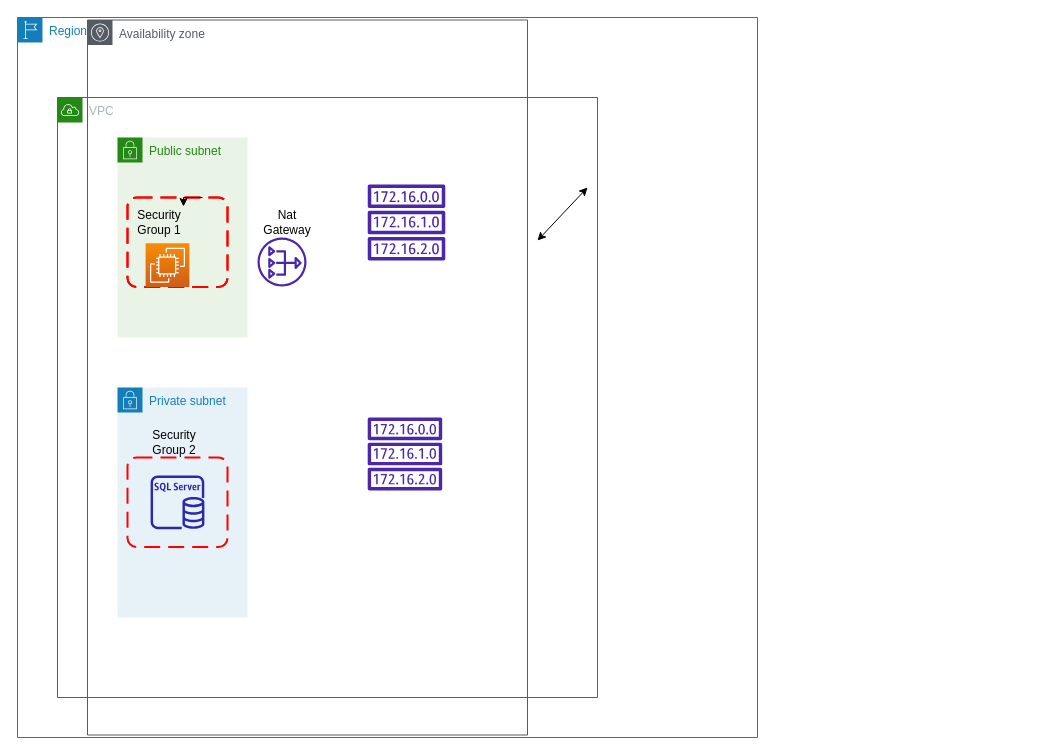
Schull-io/Cloud_DevOps_C4 keeps this draw.io diagram as Dannie.drawio. Above is the earlier version. Source tidied: cells renumbered, new cells numbered last; positions are measured from the earlier drawing's top-left corner, leaving out a move shared by most shapes. Both pictures are drawn from the tidied source at 100%, with x=0, y=0 at pixel (17, 17).
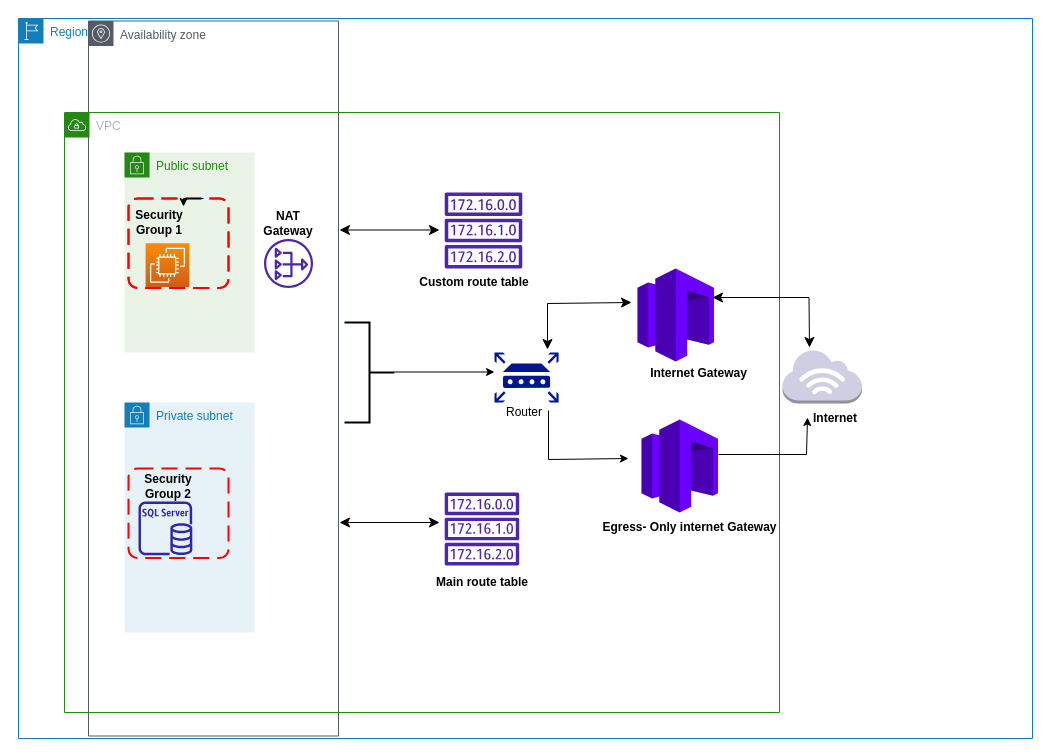
After the change.

Unchanged cells that the change refers to:
```xml
<mxCell id="6" value="Private subnet" style="gradientColor=none;html=1;whiteSpace=wrap;fontSize=12;fontStyle=0;shape=mxgraph.aws4.group;grIcon=mxgraph.aws4.group_security_group;grStroke=0;strokeColor=#147EBA;fillColor=#E6F2F8;verticalAlign=top;align=left;spacingLeft=30;fontColor=#147EBA;dashed=0;" parent="4" vertex="1">
  <mxGeometry x="60" y="290" width="130" height="230" as="geometry" />
</mxCell>
```

The edit, as a diff of the source:
```diff
@@
     <mxCell id="2" value="Region" style="gradientColor=none;html=1;whiteSpace=wrap;fontSize=12;fontStyle=0;shape=mxgraph.aws4.group;grIcon=mxgraph.aws4.group_region;strokeColor=#147EBA;fillColor=none;verticalAlign=top;align=left;spacingLeft=30;fontColor=#147EBA;" parent="1" vertex="1">
-      <mxGeometry width="740" height="720" as="geometry" />
+      <mxGeometry x="1" y="1" width="1014" height="720" as="geometry" />
     </mxCell>
     <mxCell id="3" value="Availability zone" style="sketch=0;gradientColor=none;html=1;whiteSpace=wrap;fontSize=12;fontStyle=0;shape=mxgraph.aws4.group;grIcon=mxgraph.aws4.group_availability_zone;strokeColor=#545B64;fillColor=none;verticalAlign=top;align=left;spacingLeft=30;fontColor=#545B64;" parent="2" vertex="1">
-      <mxGeometry x="70" y="2.5" width="440" height="715" as="geometry" />
+      <mxGeometry x="70" y="2.5" width="250" height="715" as="geometry" />
     </mxCell>
     <mxCell id="4" value="VPC" style="gradientColor=none;html=1;whiteSpace=wrap;fontSize=12;fontStyle=0;shape=mxgraph.aws4.group;grIcon=mxgraph.aws4.group_vpc;strokeColor=#248814;fillColor=none;verticalAlign=top;align=left;spacingLeft=30;fontColor=#AAB7B8;dashed=0;" parent="2" vertex="1">
-      <mxGeometry x="40" y="80" width="540" height="600" as="geometry" />
+      <mxGeometry x="46" y="94" width="715" height="600" as="geometry" />
     </mxCell>
@@
-    <mxCell id="7" value="Security Group 2" style="text;html=1;strokeColor=none;fillColor=none;align=center;verticalAlign=middle;whiteSpace=wrap;rounded=0;" parent="6" vertex="1">
-      <mxGeometry x="26.9" y="40" width="60" height="30" as="geometry" />
-    </mxCell>
-    <mxCell id="8" style="sketch=0;fontColor=#232F3E;gradientColor=none;fillColor=#4D27AA;strokeColor=none;dashed=0;verticalLabelPosition=bottom;verticalAlign=top;align=center;html=1;fontSize=12;fontStyle=0;shape=mxgraph.aws4.nat_gateway;" parent="4" vertex="1">
-      <mxGeometry x="200" y="140" width="49" height="49" as="geometry" />
-    </mxCell>
-    <mxCell id="9" style="endArrow=classic;startArrow=classic;html=1;rounded=0;" parent="4" edge="1">
-      <mxGeometry relative="1" as="geometry">
-        <mxPoint x="530" y="90" as="sourcePoint" />
-        <mxPoint x="480" y="143" as="targetPoint" />
-      </mxGeometry>
-    </mxCell>
+    <mxCell id="20" style="edgeStyle=none;orthogonalLoop=1;jettySize=auto;html=1;endArrow=classic;startArrow=classic;endSize=8;startSize=8;rounded=0;" parent="4" edge="1">
+      <mxGeometry relative="1" as="geometry">
+        <mxPoint x="275" y="117.5" as="sourcePoint" />
+        <mxPoint x="375" y="117.5" as="targetPoint" />
+      </mxGeometry>
+    </mxCell>
+    <mxCell id="21" style="edgeStyle=none;orthogonalLoop=1;jettySize=auto;html=1;endArrow=classic;startArrow=classic;endSize=8;startSize=8;rounded=0;" parent="4" edge="1">
+      <mxGeometry relative="1" as="geometry">
+        <mxPoint x="275" y="410" as="sourcePoint" />
+        <mxPoint x="375" y="410" as="targetPoint" />
+        <Array as="points">
+          <mxPoint x="285" y="410" />
+        </Array>
+      </mxGeometry>
+    </mxCell>
+    <mxCell id="14" style="sketch=0;fontColor=#232F3E;gradientColor=none;fillColor=#4D27AA;strokeColor=none;dashed=0;verticalLabelPosition=bottom;verticalAlign=top;align=center;html=1;fontSize=12;fontStyle=0;shape=mxgraph.aws4.route_table;" parent="4" vertex="1">
+      <mxGeometry x="380" y="80" width="78" height="76" as="geometry" />
+    </mxCell>
+    <mxCell id="15" style="sketch=0;fontColor=#232F3E;gradientColor=none;fillColor=#4D27AA;strokeColor=none;dashed=0;verticalLabelPosition=bottom;verticalAlign=top;align=center;html=1;fontSize=12;fontStyle=0;shape=mxgraph.aws4.route_table;" parent="4" vertex="1">
+      <mxGeometry x="380" y="380" width="74.9" height="73" as="geometry" />
+    </mxCell>
+    <mxCell id="22" value="&lt;b&gt;Custom route table&lt;/b&gt;" style="text;html=1;strokeColor=none;fillColor=none;align=center;verticalAlign=middle;whiteSpace=wrap;rounded=0;" parent="4" vertex="1">
+      <mxGeometry x="350" y="160" width="120" height="20" as="geometry" />
+    </mxCell>
+    <mxCell id="23" value="&lt;b&gt;Main route table&lt;/b&gt;" style="text;html=1;strokeColor=none;fillColor=none;align=center;verticalAlign=middle;whiteSpace=wrap;rounded=0;" parent="4" vertex="1">
+      <mxGeometry x="357.5" y="460" width="120" height="20" as="geometry" />
+    </mxCell>
+    <mxCell id="24" style="edgeStyle=none;orthogonalLoop=1;jettySize=auto;html=1;rounded=0;strokeColor=#000000;" parent="4" edge="1">
+      <mxGeometry relative="1" as="geometry">
+        <mxPoint x="330" y="259.5" as="sourcePoint" />
+        <mxPoint x="430" y="259.5" as="targetPoint" />
+      </mxGeometry>
+    </mxCell>
+    <mxCell id="25" style="strokeWidth=2;html=1;shape=mxgraph.flowchart.annotation_2;align=left;labelPosition=right;rotation=-180;" parent="4" vertex="1">
+      <mxGeometry x="280" y="210" width="50" height="100" as="geometry" />
+    </mxCell>
+    <mxCell id="26" style="sketch=0;shadow=0;dashed=0;html=1;strokeColor=none;labelPosition=center;verticalLabelPosition=bottom;verticalAlign=top;align=center;fillColor=#00188D;shape=mxgraph.mscae.enterprise.router;" parent="4" vertex="1">
+      <mxGeometry x="430" y="240" width="64.1" height="50" as="geometry" />
+    </mxCell>
+    <mxCell id="27" value="Router" style="text;html=1;strokeColor=none;fillColor=none;align=center;verticalAlign=middle;whiteSpace=wrap;rounded=0;" parent="4" vertex="1">
+      <mxGeometry x="430" y="290" width="60" height="20" as="geometry" />
+    </mxCell>
+    <mxCell id="28" style="edgeStyle=none;orthogonalLoop=1;jettySize=auto;html=1;endArrow=classic;startArrow=classic;endSize=8;startSize=8;rounded=0;" parent="4" edge="1">
+      <mxGeometry relative="1" as="geometry">
+        <mxPoint x="483" y="237" as="sourcePoint" />
+        <mxPoint x="567" y="190" as="targetPoint" />
+        <Array as="points">
+          <mxPoint x="483" y="191" />
+        </Array>
+      </mxGeometry>
+    </mxCell>
+    <mxCell id="29" style="endArrow=classic;html=1;rounded=0;" parent="4" edge="1">
+      <mxGeometry relative="1" as="geometry">
+        <mxPoint x="484" y="298" as="sourcePoint" />
+        <mxPoint x="564" y="346" as="targetPoint" />
+        <Array as="points">
+          <mxPoint x="484" y="347" />
+        </Array>
+      </mxGeometry>
+    </mxCell>
+    <mxCell id="30" value="&lt;b&gt;Egress- Only internet Gateway&lt;/b&gt;" style="text;html=1;align=center;verticalAlign=middle;strokeColor=none;fillColor=none;fontFamily=Helvetica;" parent="4" vertex="1">
+      <mxGeometry x="530" y="400" width="190" height="30" as="geometry" />
+    </mxCell>
+    <mxCell id="31" style="dashed=0;verticalLabelPosition=bottom;verticalAlign=top;align=center;html=1;shape=mxgraph.aws3.storage_gateway;fillColor=#6a00ff;fontColor=#ffffff;strokeColor=#3700CC;" parent="4" vertex="1">
+      <mxGeometry x="573" y="156" width="76.5" height="93" as="geometry" />
+    </mxCell>
+    <mxCell id="32" style="dashed=0;verticalLabelPosition=bottom;verticalAlign=top;align=center;html=1;shape=mxgraph.aws3.storage_gateway;fillColor=#6a00ff;fontColor=#ffffff;strokeColor=#3700CC;" parent="4" vertex="1">
+      <mxGeometry x="577" y="307" width="76.5" height="93" as="geometry" />
+    </mxCell>
+    <mxCell id="33" style="edgeStyle=none;orthogonalLoop=1;jettySize=auto;html=1;endArrow=classic;startArrow=classic;endSize=8;startSize=8;rounded=0;" parent="4" edge="1">
+      <mxGeometry relative="1" as="geometry">
+        <mxPoint x="648" y="185" as="sourcePoint" />
+        <mxPoint x="745" y="235" as="targetPoint" />
+        <Array as="points">
+          <mxPoint x="744.5" y="185" />
+        </Array>
+      </mxGeometry>
+    </mxCell>
@@
     <mxCell id="11" style="rounded=1;arcSize=10;dashed=1;strokeColor=#ff0000;fillColor=none;gradientColor=none;dashPattern=8 4;strokeWidth=2;" parent="2" vertex="1">
-      <mxGeometry x="110" y="440" width="100" height="89.5" as="geometry" />
+      <mxGeometry x="110" y="450" width="100" height="89.5" as="geometry" />
     </mxCell>
     <mxCell id="12" style="sketch=0;fontColor=#232F3E;gradientColor=none;fillColor=#2E27AD;strokeColor=none;dashed=0;verticalLabelPosition=bottom;verticalAlign=top;align=center;html=1;fontSize=12;fontStyle=0;shape=mxgraph.aws4.rds_sql_server_instance;" parent="2" vertex="1">
-      <mxGeometry x="133.1" y="457.9" width="53.8" height="53.8" as="geometry" />
+      <mxGeometry x="120" y="483" width="53.8" height="53.8" as="geometry" />
     </mxCell>
-    <mxCell id="13" value="Nat Gateway" style="text;html=1;strokeColor=none;fillColor=none;align=center;verticalAlign=middle;whiteSpace=wrap;rounded=0;" parent="2" vertex="1">
+    <mxCell id="13" value="&lt;b&gt;NAT Gateway&lt;/b&gt;" style="text;html=1;strokeColor=none;fillColor=none;align=center;verticalAlign=middle;whiteSpace=wrap;rounded=0;" parent="2" vertex="1">
       <mxGeometry x="240" y="190" width="60" height="30" as="geometry" />
     </mxCell>
-    <mxCell id="14" style="sketch=0;fontColor=#232F3E;gradientColor=none;fillColor=#4D27AA;strokeColor=none;dashed=0;verticalLabelPosition=bottom;verticalAlign=top;align=center;html=1;fontSize=12;fontStyle=0;shape=mxgraph.aws4.route_table;" parent="2" vertex="1">
-      <mxGeometry x="350" y="167" width="78" height="76" as="geometry" />
-    </mxCell>
-    <mxCell id="15" style="sketch=0;fontColor=#232F3E;gradientColor=none;fillColor=#4D27AA;strokeColor=none;dashed=0;verticalLabelPosition=bottom;verticalAlign=top;align=center;html=1;fontSize=12;fontStyle=0;shape=mxgraph.aws4.route_table;" parent="2" vertex="1">
-      <mxGeometry x="350" y="400" width="74.9" height="73" as="geometry" />
-    </mxCell>
@@
+    <mxCell id="8" style="sketch=0;fontColor=#232F3E;gradientColor=none;fillColor=#4D27AA;strokeColor=none;dashed=0;verticalLabelPosition=bottom;verticalAlign=top;align=center;html=1;fontSize=12;fontStyle=0;shape=mxgraph.aws4.nat_gateway;" parent="2" vertex="1">
+      <mxGeometry x="245.5" y="220.5" width="49" height="49" as="geometry" />
+    </mxCell>
+    <mxCell id="7" value="&lt;b&gt;Security Group 2&lt;/b&gt;" style="text;html=1;strokeColor=none;fillColor=none;align=center;verticalAlign=middle;whiteSpace=wrap;rounded=0;" parent="2" vertex="1">
+      <mxGeometry x="120" y="453" width="60" height="30" as="geometry" />
+    </mxCell>
+    <mxCell id="34" value="&lt;b&gt;Internet Gateway&lt;/b&gt;" style="text;html=1;align=center;verticalAlign=middle;strokeColor=none;fillColor=none;" parent="2" vertex="1">
+      <mxGeometry x="620" y="340" width="120" height="30" as="geometry" />
+    </mxCell>
+    <mxCell id="35" style="edgeStyle=none;orthogonalLoop=1;jettySize=auto;html=1;rounded=0;" parent="2" edge="1">
+      <mxGeometry relative="1" as="geometry">
+        <mxPoint x="700" y="436" as="sourcePoint" />
+        <mxPoint x="789" y="399" as="targetPoint" />
+        <Array as="points">
+          <mxPoint x="754" y="436" />
+          <mxPoint x="788" y="436" />
+        </Array>
+      </mxGeometry>
+    </mxCell>
+    <mxCell id="36" style="dashed=0;verticalLabelPosition=bottom;verticalAlign=top;align=center;html=1;shape=mxgraph.aws3.internet_3;fillColor=#d0cee2;strokeColor=#56517e;" parent="2" vertex="1">
+      <mxGeometry x="764" y="331" width="79.5" height="54" as="geometry" />
+    </mxCell>
+    <mxCell id="37" value="&lt;b&gt;Internet&lt;/b&gt;" style="text;html=1;strokeColor=none;fillColor=none;align=center;verticalAlign=middle;whiteSpace=wrap;rounded=0;" parent="2" vertex="1">
+      <mxGeometry x="787" y="385" width="60" height="30" as="geometry" />
+    </mxCell>
@@
-    <mxCell id="19" value="Security Group 1&lt;br&gt;" style="text;html=1;strokeColor=none;fillColor=none;align=center;verticalAlign=middle;whiteSpace=wrap;rounded=0;" parent="1" vertex="1">
+    <mxCell id="19" value="&lt;b&gt;Security Group 1&lt;/b&gt;" style="text;html=1;strokeColor=none;fillColor=none;align=center;verticalAlign=middle;whiteSpace=wrap;rounded=0;" parent="1" vertex="1">
       <mxGeometry x="111.9" y="190" width="60" height="30" as="geometry" />
     </mxCell>
```
